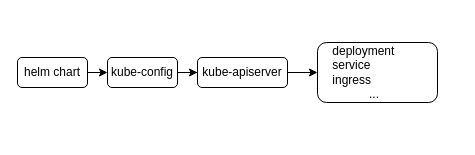
The draw.io diagram img/helm.drawio in ElmTran/ImgStg, before the edit. Source tidied: cells renumbered, new cells numbered last; positions are measured from the earlier drawing's top-left corner, leaving out a move shared by most shapes. Both pictures are drawn from the tidied source at 100%, with x=0, y=0 at pixel (17, 42).
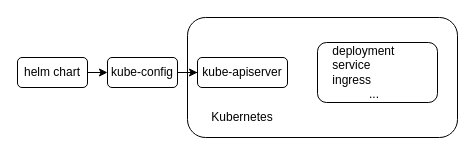
The same diagram, later.

Change to the diagram source:
```diff
@@
 <mxGraphModel>
   <root>
     <mxCell id="0" />
     <mxCell id="1" parent="0" />
+    <mxCell id="9" style="rounded=1;whiteSpace=wrap;html=1;" parent="1" vertex="1">
+      <mxGeometry x="170" y="-25" width="270" height="120" as="geometry" />
+    </mxCell>
     <mxCell id="2" style="edgeStyle=orthogonalEdgeStyle;rounded=0;jettySize=auto;html=1;exitX=1;exitY=0.5;exitDx=0;exitDy=0;entryX=0;entryY=0.5;entryDx=0;entryDy=0;" parent="1" edge="1" source="3" target="5">
       <mxGeometry relative="1" as="geometry" />
     </mxCell>
     <mxCell id="3" value="helm chart" style="rounded=1;whiteSpace=wrap;html=1;" parent="1" vertex="1">
       <mxGeometry y="15" width="70" height="30" as="geometry" />
     </mxCell>
     <mxCell id="4" style="edgeStyle=orthogonalEdgeStyle;rounded=0;jettySize=auto;html=1;exitX=1;exitY=0.5;exitDx=0;exitDy=0;" parent="1" edge="1" source="5" target="7">
       <mxGeometry relative="1" as="geometry" />
     </mxCell>
     <mxCell id="5" value="kube-config" style="rounded=1;whiteSpace=wrap;html=1;" parent="1" vertex="1">
       <mxGeometry x="90" y="15" width="70" height="30" as="geometry" />
     </mxCell>
-    <mxCell id="6" style="edgeStyle=orthogonalEdgeStyle;rounded=0;jettySize=auto;html=1;exitX=1;exitY=0.5;exitDx=0;exitDy=0;" parent="1" edge="1" source="7" target="8">
-      <mxGeometry relative="1" as="geometry" />
-    </mxCell>
     <mxCell id="7" value="kube-apiserver" style="rounded=1;whiteSpace=wrap;html=1;" parent="1" vertex="1">
       <mxGeometry x="180" y="15" width="90" height="30" as="geometry" />
     </mxCell>
     <mxCell id="8" value="&amp;nbsp; &amp;nbsp; deployment&lt;br&gt;&amp;nbsp; &amp;nbsp; service&lt;br&gt;&amp;nbsp; &amp;nbsp; ingress&lt;br&gt;&amp;nbsp; &amp;nbsp; &amp;nbsp; &amp;nbsp; &amp;nbsp; &amp;nbsp; &amp;nbsp; &amp;nbsp;..." style="rounded=1;whiteSpace=wrap;html=1;align=left;" parent="1" vertex="1">
       <mxGeometry x="300" width="120" height="60" as="geometry" />
     </mxCell>
+    <mxCell id="10" value="Kubernetes" style="text;strokeColor=none;align=center;fillColor=none;html=1;verticalAlign=middle;whiteSpace=wrap;rounded=0;" parent="1" vertex="1">
+      <mxGeometry x="195" y="60" width="60" height="30" as="geometry" />
+    </mxCell>
   </root>
 </mxGraphModel>
```
